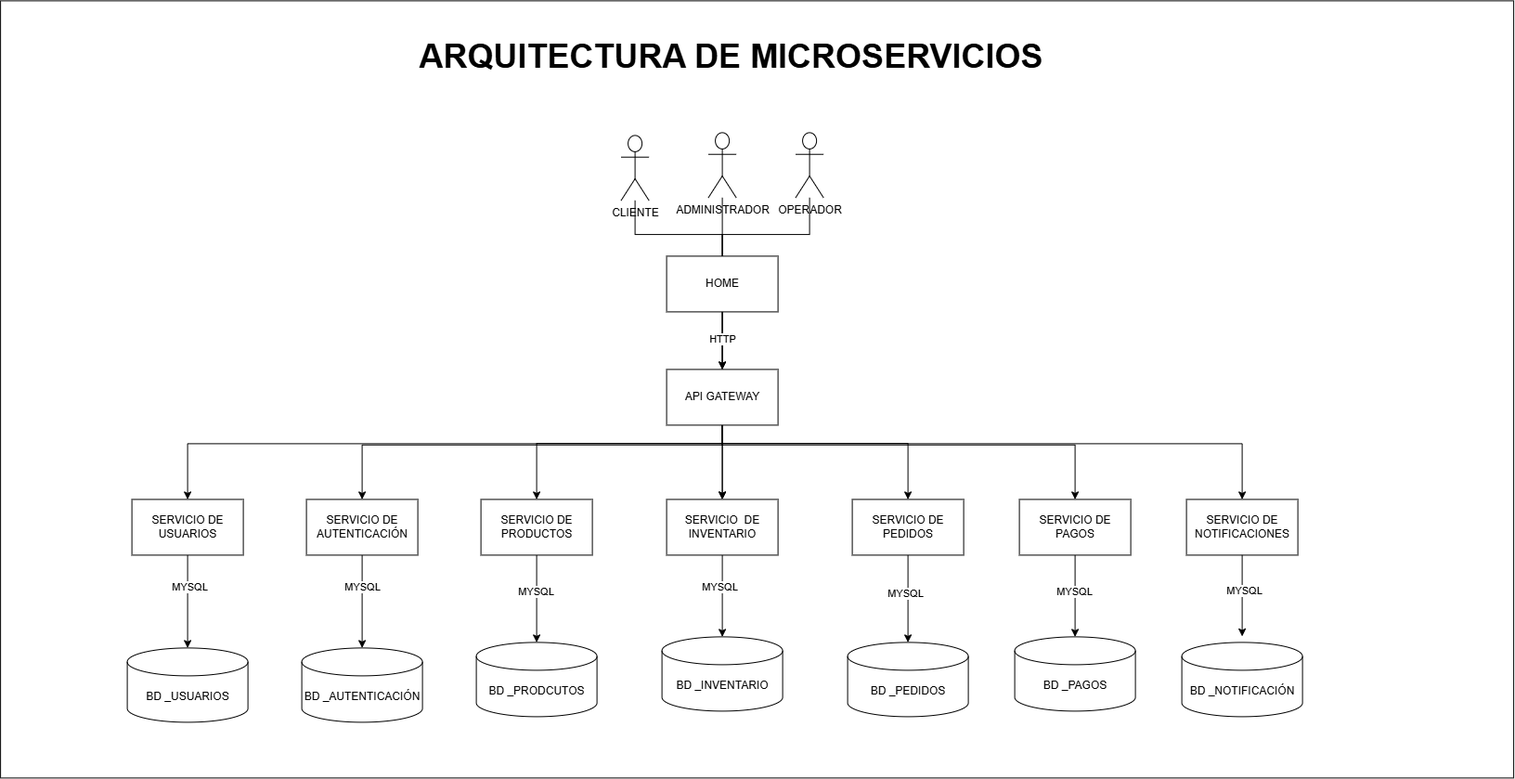
Earlier version of the draw.io export docs/arquitectura/Arquitectura Pizzeria Express.drawio.png (AdielEspinosa/proyecto_ecommerce). Source tidied: cells renumbered, new cells last; positions are measured from the earlier drawing's top-left corner, leaving out a move shared by most shapes.
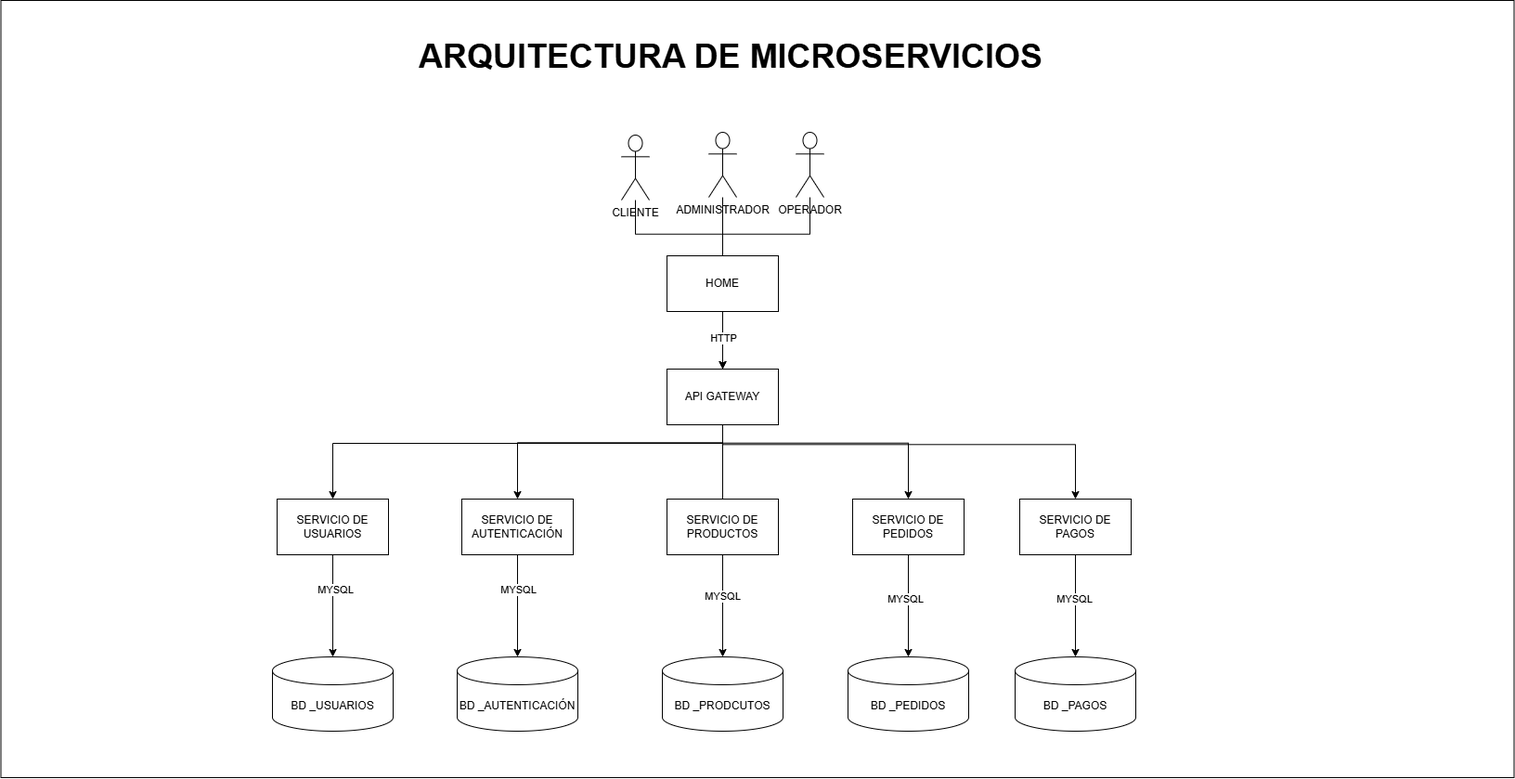
After the change.

Commit message:
Actualización arquitectura

Se actualiza la actualización arquitectura final del proyecto

The edit, as a diff of the source:
```diff
@@ -16,17 +16,6 @@
     <mxCell id="4" value="OPERADOR" style="shape=umlActor;verticalLabelPosition=bottom;verticalAlign=top;html=1;outlineConnect=0;" parent="1" vertex="1">
       <mxGeometry x="857" y="142" width="30" height="70" as="geometry" />
     </mxCell>
-    <mxCell id="5" style="edgeStyle=orthogonalEdgeStyle;rounded=0;jettySize=auto;html=1;entryX=0.5;entryY=0;entryDx=0;entryDy=0;entryPerimeter=0;" parent="1" edge="1" source="7" target="44">
-      <mxGeometry relative="1" as="geometry" />
-    </mxCell>
-    <mxCell id="6" value="MYSQL" style="edgeLabel;html=1;align=center;verticalAlign=middle;" parent="5" vertex="1">
-      <mxGeometry x="-0.22" y="-3" relative="1" as="geometry">
-        <mxPoint y="-1" as="offset" />
-      </mxGeometry>
-    </mxCell>
-    <mxCell id="7" value="SERVICIO&amp;nbsp; DE INVENTARIO" style="rounded=0;whiteSpace=wrap;html=1;" parent="1" vertex="1">
-      <mxGeometry x="718" y="537" width="120" height="60" as="geometry" />
-    </mxCell>
     <mxCell id="8" style="edgeStyle=orthogonalEdgeStyle;rounded=0;jettySize=auto;html=1;entryX=0.5;entryY=0;entryDx=0;entryDy=0;entryPerimeter=0;" parent="1" edge="1" source="10" target="45">
       <mxGeometry relative="1" as="geometry" />
     </mxCell>
@@ -47,40 +36,13 @@
       </mxGeometry>
     </mxCell>
     <mxCell id="13" value="SERVICIO DE PRODUCTOS" style="rounded=0;whiteSpace=wrap;html=1;" parent="1" vertex="1">
-      <mxGeometry x="518" y="537" width="120" height="60" as="geometry" />
+      <mxGeometry x="718" y="537" width="120" height="60" as="geometry" />
     </mxCell>
-    <mxCell id="14" style="edgeStyle=orthogonalEdgeStyle;rounded=0;jettySize=auto;html=1;" parent="1" edge="1" source="22" target="7">
-      <mxGeometry relative="1" as="geometry" />
-    </mxCell>
     <mxCell id="15" style="edgeStyle=orthogonalEdgeStyle;rounded=0;jettySize=auto;html=1;" parent="1" edge="1" target="33">
       <mxGeometry relative="1" as="geometry">
         <mxPoint x="778" y="477" as="sourcePoint" />
       </mxGeometry>
     </mxCell>
-    <mxCell id="16" style="edgeStyle=orthogonalEdgeStyle;rounded=0;jettySize=auto;html=1;entryX=0.5;entryY=0;entryDx=0;entryDy=0;" parent="1" edge="1" target="30">
-      <mxGeometry relative="1" as="geometry">
-        <mxPoint x="778" y="477" as="sourcePoint" />
-      </mxGeometry>
-    </mxCell>
-    <mxCell id="17" style="edgeStyle=orthogonalEdgeStyle;rounded=0;jettySize=auto;html=1;" parent="1" edge="1" source="22" target="7">
-      <mxGeometry relative="1" as="geometry" />
-    </mxCell>
-    <mxCell id="18" style="edgeStyle=orthogonalEdgeStyle;rounded=0;jettySize=auto;html=1;exitX=0.5;exitY=1;exitDx=0;exitDy=0;entryX=0.5;entryY=0;entryDx=0;entryDy=0;" parent="1" edge="1" source="22" target="26">
-      <mxGeometry relative="1" as="geometry">
-        <Array as="points">
-          <mxPoint x="778" y="478.3" />
-          <mxPoint x="390" y="478.3" />
-        </Array>
-      </mxGeometry>
-    </mxCell>
-    <mxCell id="19" style="edgeStyle=orthogonalEdgeStyle;rounded=0;jettySize=auto;html=1;" parent="1" edge="1" source="22" target="13">
-      <mxGeometry relative="1" as="geometry">
-        <Array as="points">
-          <mxPoint x="778" y="476.7" />
-          <mxPoint x="578" y="476.7" />
-        </Array>
-      </mxGeometry>
-    </mxCell>
     <mxCell id="20" style="edgeStyle=orthogonalEdgeStyle;rounded=0;jettySize=auto;html=1;" parent="1" edge="1" source="22" target="29">
       <mxGeometry relative="1" as="geometry">
         <Array as="points">
@@ -89,14 +51,22 @@
         </Array>
       </mxGeometry>
     </mxCell>
-    <mxCell id="21" style="edgeStyle=orthogonalEdgeStyle;rounded=0;jettySize=auto;html=1;" parent="1" edge="1" source="22" target="10">
-      <mxGeometry relative="1" as="geometry">
+    <mxCell id="21" style="edgeStyle=orthogonalEdgeStyle;rounded=0;jettySize=auto;html=1;exitX=0.5;exitY=0;exitDx=0;exitDy=0;" parent="1" edge="1" source="13" target="10">
+      <mxGeometry x="0.13" relative="1" as="geometry">
         <Array as="points">
           <mxPoint x="778" y="476.7" />
           <mxPoint x="978" y="476.7" />
         </Array>
       </mxGeometry>
     </mxCell>
+    <mxCell id="18" style="edgeStyle=orthogonalEdgeStyle;rounded=0;jettySize=auto;html=1;exitX=0.5;exitY=1;exitDx=0;exitDy=0;defaultLabelBackgroundColor=page;labelPadding=0 4;" parent="1" edge="1" source="22" target="26">
+      <mxGeometry relative="1" as="geometry">
+        <Array as="points">
+          <mxPoint x="778" y="476.3" />
+          <mxPoint x="557" y="476.3" />
+        </Array>
+      </mxGeometry>
+    </mxCell>
     <mxCell id="22" value="API GATEWAY" style="rounded=0;whiteSpace=wrap;html=1;" parent="1" vertex="1">
       <mxGeometry x="718" y="397" width="120" height="60" as="geometry" />
     </mxCell>
@@ -112,7 +82,7 @@
       </mxGeometry>
     </mxCell>
     <mxCell id="26" value="SERVICIO DE AUTENTICACIÓN" style="rounded=0;whiteSpace=wrap;html=1;" parent="1" vertex="1">
-      <mxGeometry x="330" y="537" width="120" height="60" as="geometry" />
+      <mxGeometry x="497" y="537" width="120" height="60" as="geometry" />
     </mxCell>
     <mxCell id="27" style="edgeStyle=orthogonalEdgeStyle;rounded=0;jettySize=auto;html=1;" parent="1" edge="1" source="29" target="46">
       <mxGeometry relative="1" as="geometry" />
@@ -125,9 +95,6 @@
     <mxCell id="29" value="SERVICIO DE PAGOS" style="rounded=0;whiteSpace=wrap;html=1;" parent="1" vertex="1">
       <mxGeometry x="1098" y="537" width="120" height="60" as="geometry" />
     </mxCell>
-    <mxCell id="30" value="SERVICIO DE NOTIFICACIONES" style="rounded=0;whiteSpace=wrap;html=1;" parent="1" vertex="1">
-      <mxGeometry x="1278" y="537" width="120" height="60" as="geometry" />
-    </mxCell>
     <mxCell id="31" style="edgeStyle=orthogonalEdgeStyle;rounded=0;jettySize=auto;html=1;" parent="1" edge="1" source="33" target="41">
       <mxGeometry relative="1" as="geometry" />
     </mxCell>
@@ -137,21 +104,8 @@
       </mxGeometry>
     </mxCell>
     <mxCell id="33" value="SERVICIO DE USUARIOS" style="rounded=0;whiteSpace=wrap;html=1;" parent="1" vertex="1">
-      <mxGeometry x="142" y="537" width="120" height="60" as="geometry" />
+      <mxGeometry x="298" y="537" width="120" height="60" as="geometry" />
     </mxCell>
-    <mxCell id="34" style="edgeStyle=orthogonalEdgeStyle;rounded=0;jettySize=auto;html=1;" parent="1" edge="1" source="30">
-      <mxGeometry relative="1" as="geometry">
-        <mxPoint x="1338" y="684.5" as="targetPoint" />
-        <Array as="points">
-          <mxPoint x="1338" y="684.5" />
-        </Array>
-      </mxGeometry>
-    </mxCell>
-    <mxCell id="35" value="MYSQL" style="edgeLabel;html=1;align=center;verticalAlign=middle;" parent="34" vertex="1">
-      <mxGeometry x="-0.14" y="2" relative="1" as="geometry">
-        <mxPoint y="-1" as="offset" />
-      </mxGeometry>
-    </mxCell>
     <mxCell id="36" style="edgeStyle=orthogonalEdgeStyle;rounded=0;jettySize=auto;html=1;entryX=0.5;entryY=0;entryDx=0;entryDy=0;" parent="1" edge="1" source="38" target="22">
       <mxGeometry relative="1" as="geometry">
         <Array as="points">
@@ -175,26 +129,20 @@
       <mxGeometry x="423" y="45" width="728.5" height="30" as="geometry" />
     </mxCell>
     <mxCell id="41" value="BD _USUARIOS" style="shape=cylinder3;whiteSpace=wrap;html=1;boundedLbl=1;backgroundOutline=1;size=15;" parent="1" vertex="1">
-      <mxGeometry x="137" y="697" width="130" height="80" as="geometry" />
+      <mxGeometry x="293" y="707" width="130" height="80" as="geometry" />
     </mxCell>
     <mxCell id="42" value="BD _AUTENTICACIÓN" style="shape=cylinder3;whiteSpace=wrap;html=1;boundedLbl=1;backgroundOutline=1;size=15;" parent="1" vertex="1">
-      <mxGeometry x="325" y="697" width="130" height="80" as="geometry" />
+      <mxGeometry x="492" y="707" width="130" height="80" as="geometry" />
     </mxCell>
     <mxCell id="43" value="BD _PRODCUTOS" style="shape=cylinder3;whiteSpace=wrap;html=1;boundedLbl=1;backgroundOutline=1;size=15;" parent="1" vertex="1">
-      <mxGeometry x="513" y="691" width="130" height="80" as="geometry" />
+      <mxGeometry x="713" y="707" width="130" height="80" as="geometry" />
     </mxCell>
-    <mxCell id="44" value="BD _INVENTARIO" style="shape=cylinder3;whiteSpace=wrap;html=1;boundedLbl=1;backgroundOutline=1;size=15;" parent="1" vertex="1">
-      <mxGeometry x="713" y="685" width="130" height="80" as="geometry" />
-    </mxCell>
     <mxCell id="45" value="BD _PEDIDOS" style="shape=cylinder3;whiteSpace=wrap;html=1;boundedLbl=1;backgroundOutline=1;size=15;" parent="1" vertex="1">
-      <mxGeometry x="913" y="691" width="130" height="80" as="geometry" />
+      <mxGeometry x="913" y="707" width="130" height="80" as="geometry" />
     </mxCell>
     <mxCell id="46" value="BD _PAGOS" style="shape=cylinder3;whiteSpace=wrap;html=1;boundedLbl=1;backgroundOutline=1;size=15;" parent="1" vertex="1">
-      <mxGeometry x="1093" y="685" width="130" height="80" as="geometry" />
+      <mxGeometry x="1093" y="707" width="130" height="80" as="geometry" />
     </mxCell>
-    <mxCell id="47" value="BD _NOTIFICACIÓN" style="shape=cylinder3;whiteSpace=wrap;html=1;boundedLbl=1;backgroundOutline=1;size=15;" parent="1" vertex="1">
-      <mxGeometry x="1273" y="691" width="130" height="80" as="geometry" />
-    </mxCell>
     <mxCell id="48" value="HOME" style="rounded=0;whiteSpace=wrap;html=1;" parent="1" vertex="1">
       <mxGeometry x="718" y="275" width="120" height="60" as="geometry" />
     </mxCell>
```
